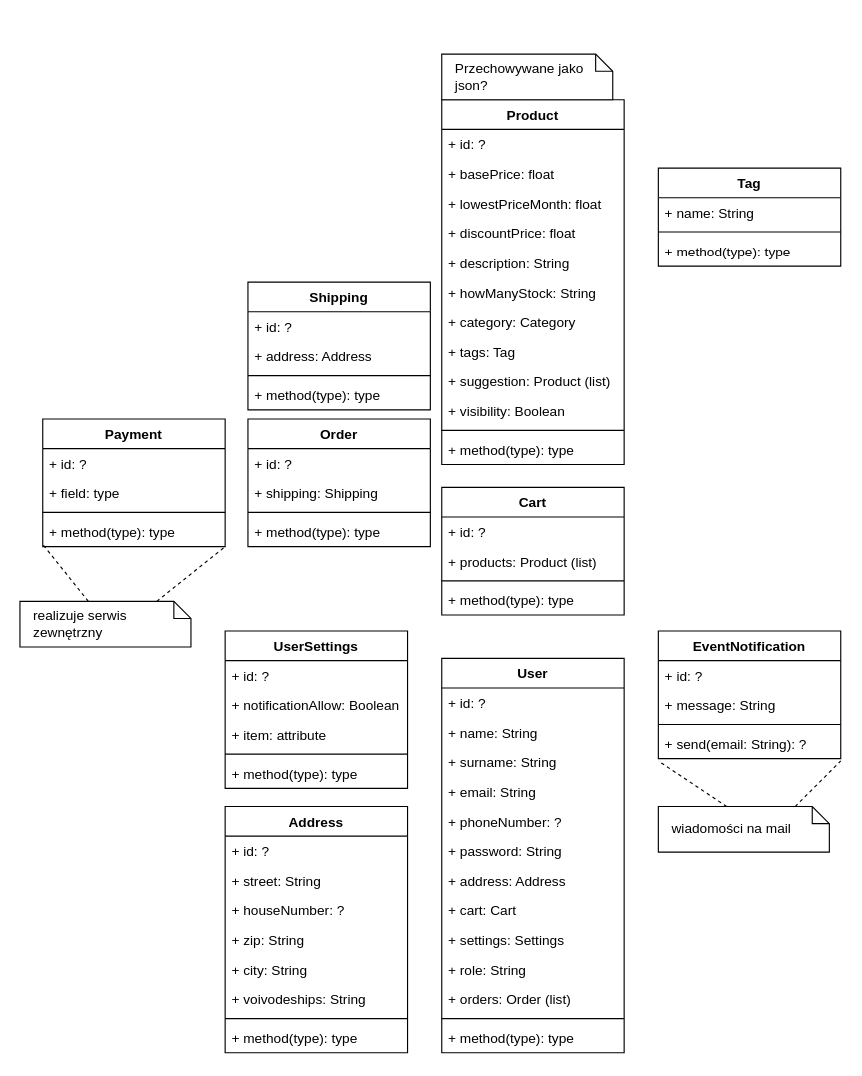
This is Diagram bez tytułu.drawio from Wadowski-Mateusz/TO_project, a draw.io file, before an edit. Source tidied: cells renumbered, new cells numbered last; positions are measured from the earlier drawing's top-left corner, leaving out a move shared by most shapes. Both pictures are drawn from the tidied source at 114%, with x=0, y=0 at pixel (19, 54).
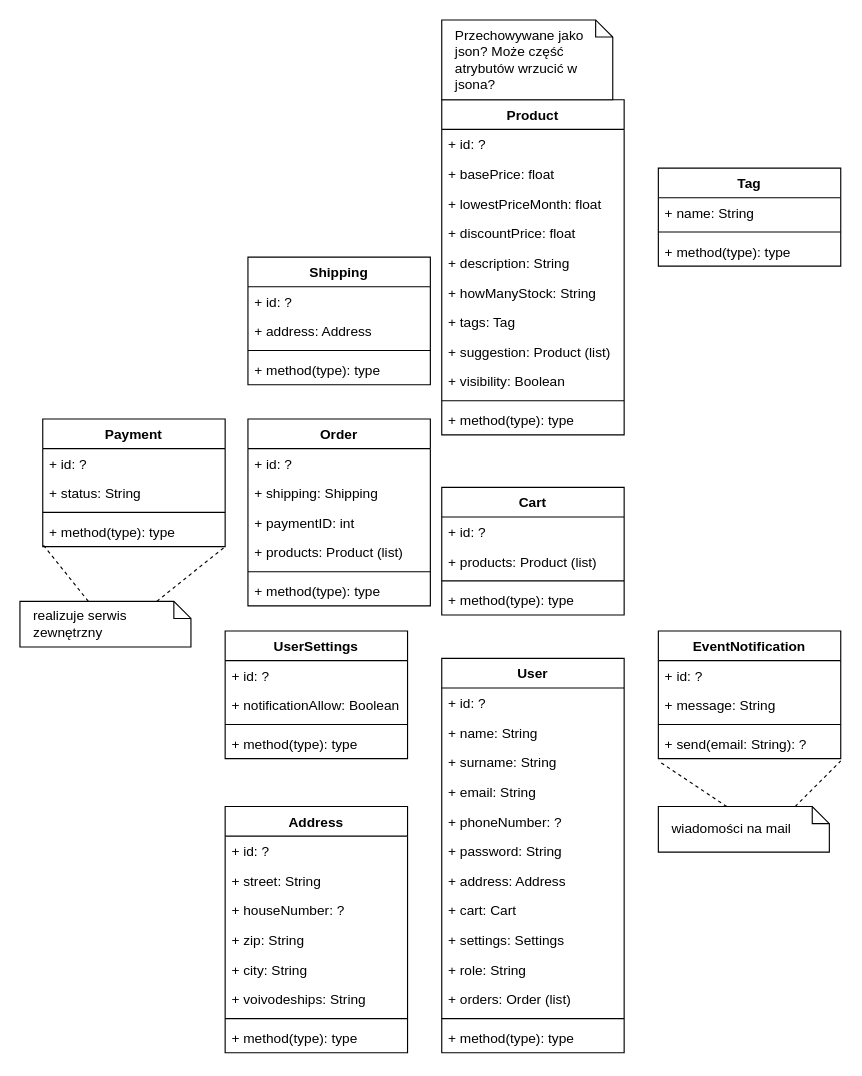
Above is the later version.

The change refers to these unchanged cells:
```xml
<mxCell id="54" value="Payment" style="swimlane;fontStyle=1;align=center;verticalAlign=top;horizontal=1;startSize=26;" parent="1" vertex="1">
  <mxGeometry x="20" y="320" width="160" height="112" as="geometry" />
</mxCell>
```

Diff of the diagram source:
```diff
@@
     <mxCell id="16" value="Product" style="swimlane;fontStyle=1;align=center;verticalAlign=top;horizontal=1;startSize=26;" parent="1" vertex="1">
-      <mxGeometry x="370" y="40" width="160" height="320" as="geometry" />
+      <mxGeometry x="370" y="40" width="160" height="294" as="geometry" />
     </mxCell>
@@
-    <mxCell id="23" value="+ category: Category" style="text;strokeColor=none;fillColor=none;align=left;verticalAlign=top;spacingLeft=4;spacingRight=4;overflow=hidden;" parent="16" vertex="1">
-      <mxGeometry y="182" width="160" height="26" as="geometry" />
-    </mxCell>
     <mxCell id="24" value="+ tags: Tag" style="text;strokeColor=none;fillColor=none;align=left;verticalAlign=top;spacingLeft=4;spacingRight=4;overflow=hidden;" parent="16" vertex="1">
-      <mxGeometry y="208" width="160" height="26" as="geometry" />
+      <mxGeometry y="182" width="160" height="26" as="geometry" />
     </mxCell>
     <mxCell id="25" value="+ suggestion: Product (list)" style="text;strokeColor=none;fillColor=none;align=left;verticalAlign=top;spacingLeft=4;spacingRight=4;overflow=hidden;" parent="16" vertex="1">
-      <mxGeometry y="234" width="160" height="26" as="geometry" />
+      <mxGeometry y="208" width="160" height="26" as="geometry" />
     </mxCell>
     <mxCell id="26" value="+ visibility: Boolean&#10;" style="text;strokeColor=none;fillColor=none;align=left;verticalAlign=top;spacingLeft=4;spacingRight=4;overflow=hidden;" parent="16" vertex="1">
-      <mxGeometry y="260" width="160" height="26" as="geometry" />
+      <mxGeometry y="234" width="160" height="26" as="geometry" />
     </mxCell>
     <mxCell id="27" style="line;strokeWidth=1;fillColor=none;align=left;verticalAlign=middle;spacingTop=-1;spacingLeft=3;spacingRight=3;labelPosition=right;strokeColor=inherit;" parent="16" vertex="1">
-      <mxGeometry y="286" width="160" height="8" as="geometry" />
+      <mxGeometry y="260" width="160" height="8" as="geometry" />
     </mxCell>
     <mxCell id="28" value="+ method(type): type" style="text;strokeColor=none;fillColor=none;align=left;verticalAlign=top;spacingLeft=4;spacingRight=4;overflow=hidden;" parent="16" vertex="1">
-      <mxGeometry y="294" width="160" height="26" as="geometry" />
+      <mxGeometry y="268" width="160" height="26" as="geometry" />
     </mxCell>
@@
     <mxCell id="48" value="UserSettings" style="swimlane;fontStyle=1;align=center;verticalAlign=top;horizontal=1;startSize=26;" parent="1" vertex="1">
-      <mxGeometry x="180" y="506" width="160" height="138" as="geometry" />
+      <mxGeometry x="180" y="506" width="160" height="112" as="geometry" />
     </mxCell>
@@
-    <mxCell id="51" value="+ item: attribute" style="text;strokeColor=none;fillColor=none;align=left;verticalAlign=top;spacingLeft=4;spacingRight=4;overflow=hidden;" parent="48" vertex="1">
-      <mxGeometry y="78" width="160" height="26" as="geometry" />
-    </mxCell>
     <mxCell id="52" style="line;strokeWidth=1;fillColor=none;align=left;verticalAlign=middle;spacingTop=-1;spacingLeft=3;spacingRight=3;labelPosition=right;strokeColor=inherit;" parent="48" vertex="1">
-      <mxGeometry y="104" width="160" height="8" as="geometry" />
+      <mxGeometry y="78" width="160" height="8" as="geometry" />
     </mxCell>
     <mxCell id="53" value="+ method(type): type" style="text;strokeColor=none;fillColor=none;align=left;verticalAlign=top;spacingLeft=4;spacingRight=4;overflow=hidden;" parent="48" vertex="1">
-      <mxGeometry y="112" width="160" height="26" as="geometry" />
+      <mxGeometry y="86" width="160" height="26" as="geometry" />
     </mxCell>
@@
-    <mxCell id="56" value="+ field: type" style="text;strokeColor=none;fillColor=none;align=left;verticalAlign=top;spacingLeft=4;spacingRight=4;overflow=hidden;" parent="54" vertex="1">
+    <mxCell id="56" value="+ status: String" style="text;strokeColor=none;fillColor=none;align=left;verticalAlign=top;spacingLeft=4;spacingRight=4;overflow=hidden;" parent="54" vertex="1">
       <mxGeometry y="52" width="160" height="26" as="geometry" />
     </mxCell>
@@
     <mxCell id="59" value="Shipping" style="swimlane;fontStyle=1;align=center;verticalAlign=top;horizontal=1;startSize=26;" parent="1" vertex="1">
-      <mxGeometry x="200" y="200" width="160" height="112" as="geometry" />
+      <mxGeometry x="200" y="178" width="160" height="112" as="geometry" />
     </mxCell>
@@
     <mxCell id="67" value="Order" style="swimlane;fontStyle=1;align=center;verticalAlign=top;horizontal=1;startSize=26;" parent="1" vertex="1">
-      <mxGeometry x="200" y="320" width="160" height="112" as="geometry" />
+      <mxGeometry x="200" y="320" width="160" height="164" as="geometry" />
     </mxCell>
@@
+    <mxCell id="80" value="+ paymentID: int" style="text;strokeColor=none;fillColor=none;align=left;verticalAlign=top;spacingLeft=4;spacingRight=4;overflow=hidden;" parent="67" vertex="1">
+      <mxGeometry y="78" width="160" height="26" as="geometry" />
+    </mxCell>
+    <mxCell id="81" value="+ products: Product (list)" style="text;strokeColor=none;fillColor=none;align=left;verticalAlign=top;spacingLeft=4;spacingRight=4;overflow=hidden;" parent="67" vertex="1">
+      <mxGeometry y="104" width="160" height="26" as="geometry" />
+    </mxCell>
     <mxCell id="70" style="line;strokeWidth=1;fillColor=none;align=left;verticalAlign=middle;spacingTop=-1;spacingLeft=3;spacingRight=3;labelPosition=right;strokeColor=inherit;" parent="67" vertex="1">
-      <mxGeometry y="78" width="160" height="8" as="geometry" />
+      <mxGeometry y="130" width="160" height="8" as="geometry" />
     </mxCell>
     <mxCell id="71" value="+ method(type): type" style="text;strokeColor=none;fillColor=none;align=left;verticalAlign=top;spacingLeft=4;spacingRight=4;overflow=hidden;" parent="67" vertex="1">
-      <mxGeometry y="86" width="160" height="26" as="geometry" />
+      <mxGeometry y="138" width="160" height="26" as="geometry" />
     </mxCell>
@@
-    <mxCell id="75" value="Przechowywane jako json?" style="shape=note;size=15;align=left;spacingLeft=10;html=1;whiteSpace=wrap;" parent="1" vertex="1">
-      <mxGeometry x="370" width="150" height="40" as="geometry" />
+    <mxCell id="75" value="Przechowywane jako json? Może część atrybutów wrzucić w jsona?" style="shape=note;size=15;align=left;spacingLeft=10;html=1;whiteSpace=wrap;" parent="1" vertex="1">
+      <mxGeometry x="370" y="-30" width="150" height="70" as="geometry" />
     </mxCell>
```
